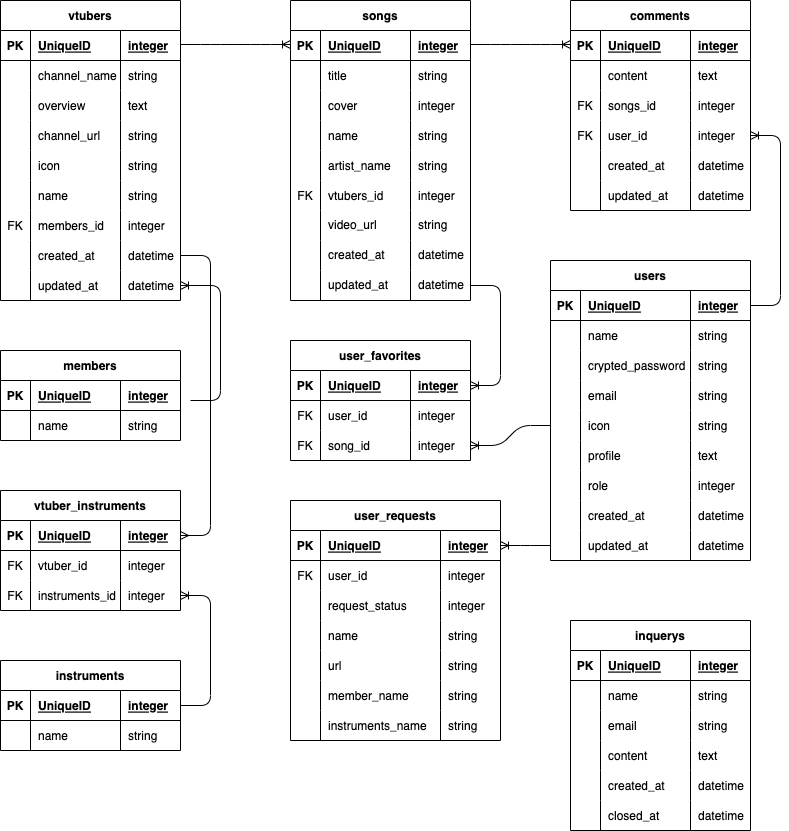
dexias9024/vtuber_song_search keeps this draw.io diagram as ER .png. Above is the earlier version. Source tidied: cells renumbered, new cells last; positions are measured from the earlier drawing's top-left corner, leaving out a move shared by most shapes.
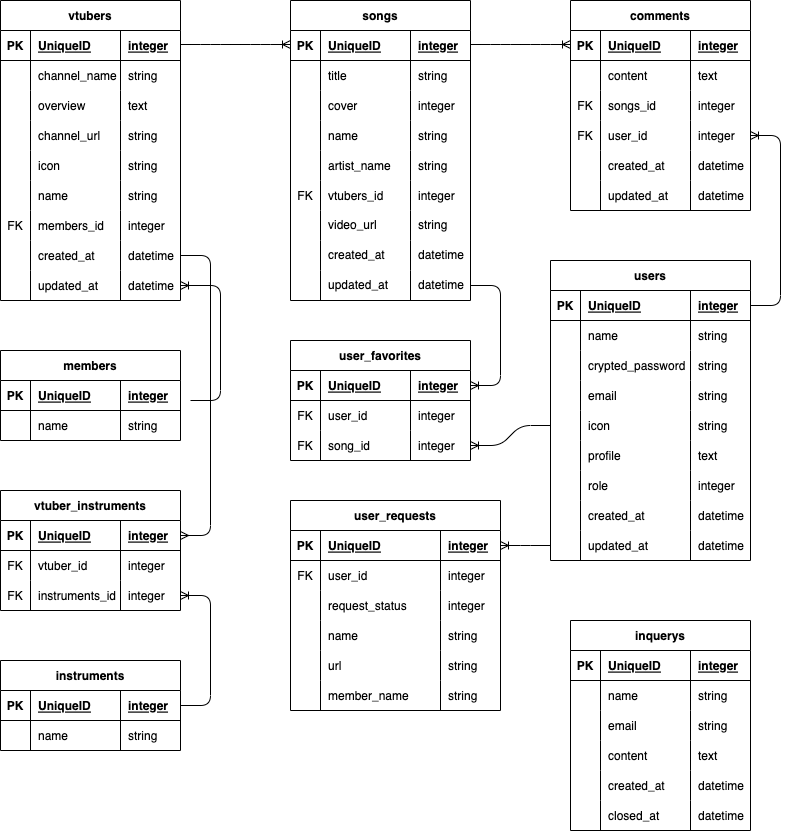
Above is the later version.

What changed in the source:
```diff
@@ -482,7 +482,7 @@
       <mxGeometry x="140" width="60" height="30" as="geometry" />
     </mxCell>
     <mxCell id="159" value="user_requests" style="shape=table;startSize=30;rowLines=0;fontStyle=1;align=center;labelBorderColor=none;fillColor=none;" parent="1" vertex="1">
-      <mxGeometry x="290" y="500" width="210" height="240" as="geometry" />
+      <mxGeometry x="290" y="500" width="210" height="210" as="geometry" />
     </mxCell>
     <mxCell id="160" style="shape=tableRow;horizontal=0;startSize=0;swimlaneHead=0;swimlaneBody=0;fillColor=none;points=[[0,0.5],[1,0.5]];portConstraint=eastwest;top=0;left=0;right=0;bottom=1;labelBorderColor=none;" parent="159" vertex="1">
       <mxGeometry y="30" width="210" height="30" as="geometry" />
@@ -556,18 +556,6 @@
     <mxCell id="183" value="string" style="shape=partialRectangle;fillColor=none;top=0;left=0;bottom=0;right=0;align=left;spacingLeft=6;overflow=hidden;labelBorderColor=none;" parent="180" vertex="1">
       <mxGeometry x="150" width="60" height="30" as="geometry" />
     </mxCell>
-    <mxCell id="184" style="shape=tableRow;horizontal=0;startSize=0;swimlaneHead=0;swimlaneBody=0;fillColor=none;top=0;left=0;right=0;bottom=0;labelBorderColor=none;" parent="159" vertex="1">
-      <mxGeometry y="210" width="210" height="30" as="geometry" />
-    </mxCell>
-    <mxCell id="185" style="shape=partialRectangle;fillColor=none;top=0;left=0;bottom=0;right=0;overflow=hidden;labelBorderColor=none;" parent="184" vertex="1">
-      <mxGeometry width="30" height="30" as="geometry" />
-    </mxCell>
-    <mxCell id="186" value="instruments_name" style="shape=partialRectangle;fillColor=none;top=0;left=0;bottom=0;right=0;align=left;spacingLeft=6;overflow=hidden;labelBorderColor=none;" parent="184" vertex="1">
-      <mxGeometry x="30" width="120" height="30" as="geometry" />
-    </mxCell>
-    <mxCell id="187" value="string" style="shape=partialRectangle;fillColor=none;top=0;left=0;bottom=0;right=0;align=left;spacingLeft=6;overflow=hidden;labelBorderColor=none;" parent="184" vertex="1">
-      <mxGeometry x="150" width="60" height="30" as="geometry" />
-    </mxCell>
     <mxCell id="188" style="edgeStyle=entityRelationEdgeStyle;fontSize=12;html=1;endArrow=ERoneToMany;exitX=0;exitY=0.5;exitDx=0;exitDy=0;entryX=1;entryY=0.5;entryDx=0;entryDy=0;" parent="1" edge="1" source="155" target="160">
       <mxGeometry relative="1" as="geometry" />
     </mxCell>
```
